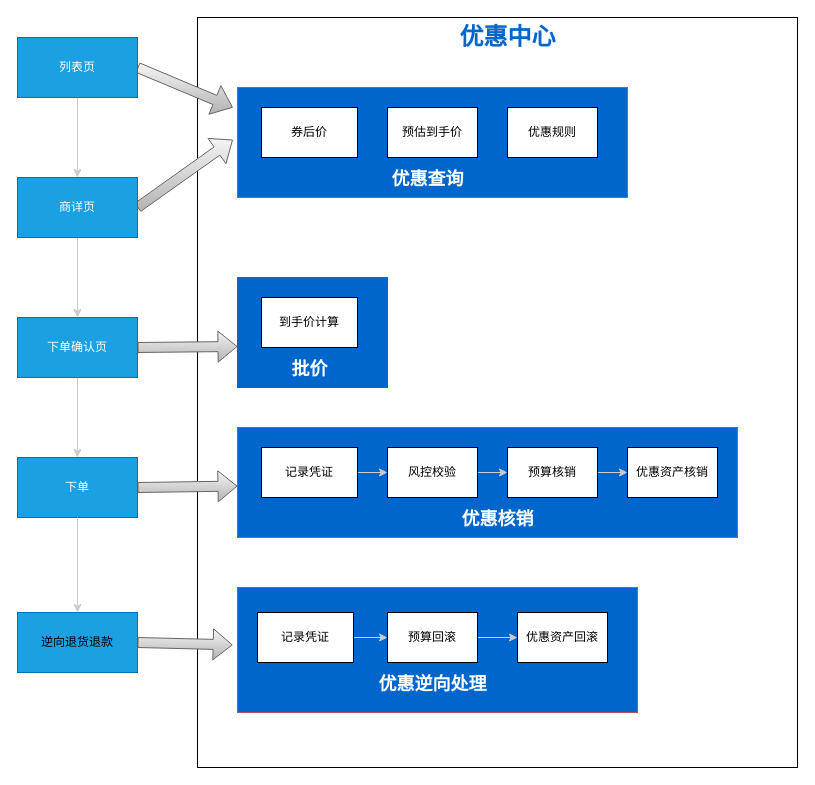
This is page "Page-36" (19 of 31) of Untitled Diagram.drawio from zengcrvip/basedemo, a draw.io file, before an edit. Source tidied: cells renumbered, new cells numbered last; positions are measured from the earlier drawing's top-left corner, leaving out a move shared by most shapes. Both pictures are drawn from the tidied source at 100%, with x=0, y=0 at pixel (17, 17).
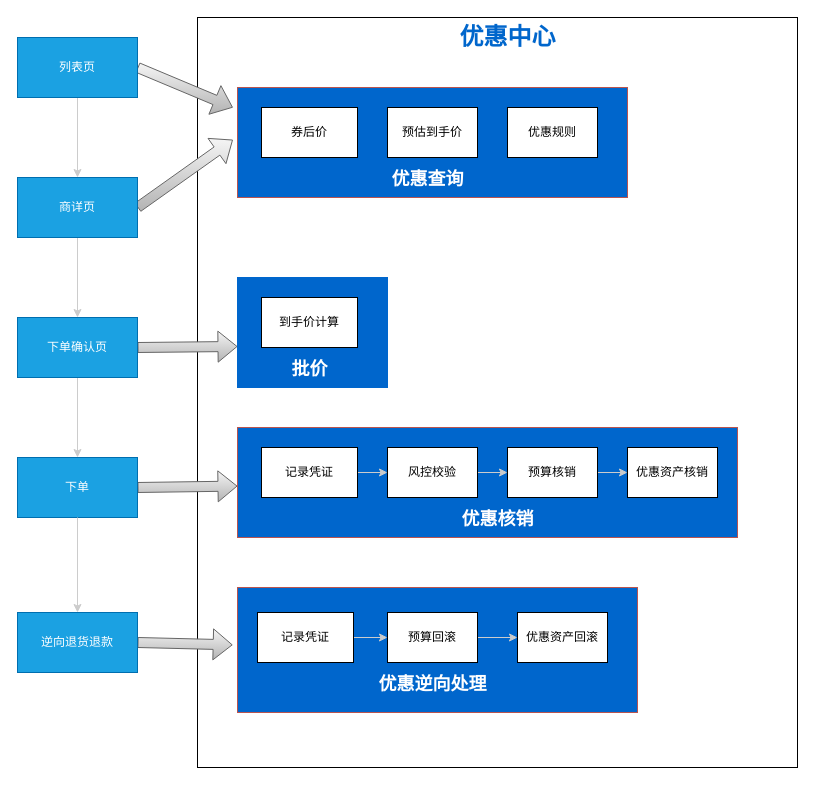
The same page after the edit.

Diff of the diagram source:
```diff
@@
-    <mxCell id="16" value="&lt;span style=&quot;color: rgb(0 , 0 , 0)&quot;&gt;逆向退货退款&lt;/span&gt;" style="rounded=0;whiteSpace=wrap;html=1;fillColor=#1ba1e2;strokeColor=#006EAF;fontColor=#ffffff;" parent="1" vertex="1">
+    <mxCell id="16" value="逆向退货退款" style="rounded=0;whiteSpace=wrap;html=1;fillColor=#1ba1e2;strokeColor=#006EAF;fontColor=#ffffff;" parent="1" vertex="1">
       <mxGeometry y="595" width="120" height="60" as="geometry" />
     </mxCell>
```
